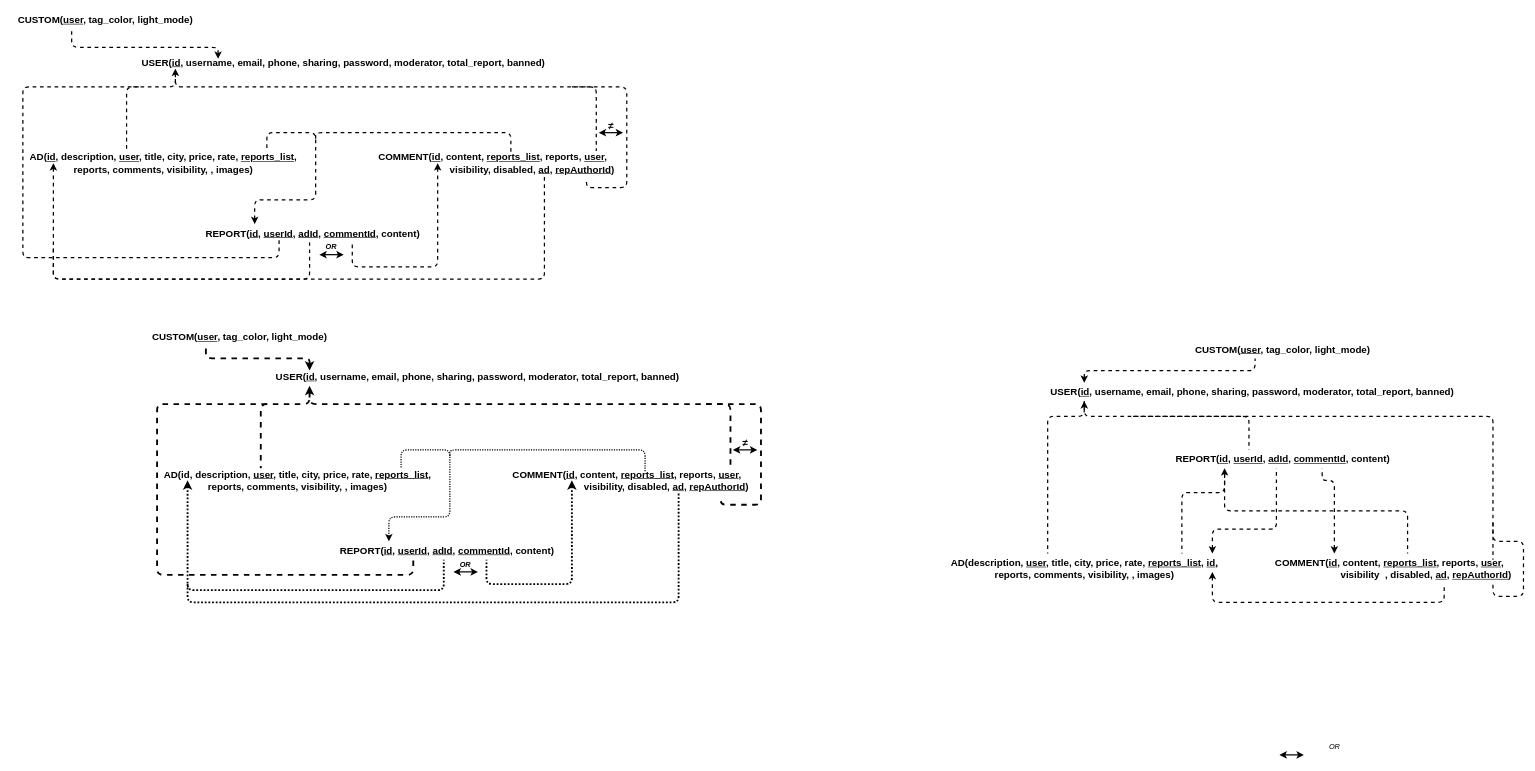
Before: page "Relationnel" (2 of 2) of other/schemas/schemas.drawio in GaecKo/LocaWeb, a draw.io diagram. Source tidied: cells renumbered, new cells numbered last; positions are measured from the earlier drawing's top-left corner, leaving out a move shared by most shapes. Both pictures are drawn from the tidied source at 61%, with x=0, y=0 at pixel (10, 10).
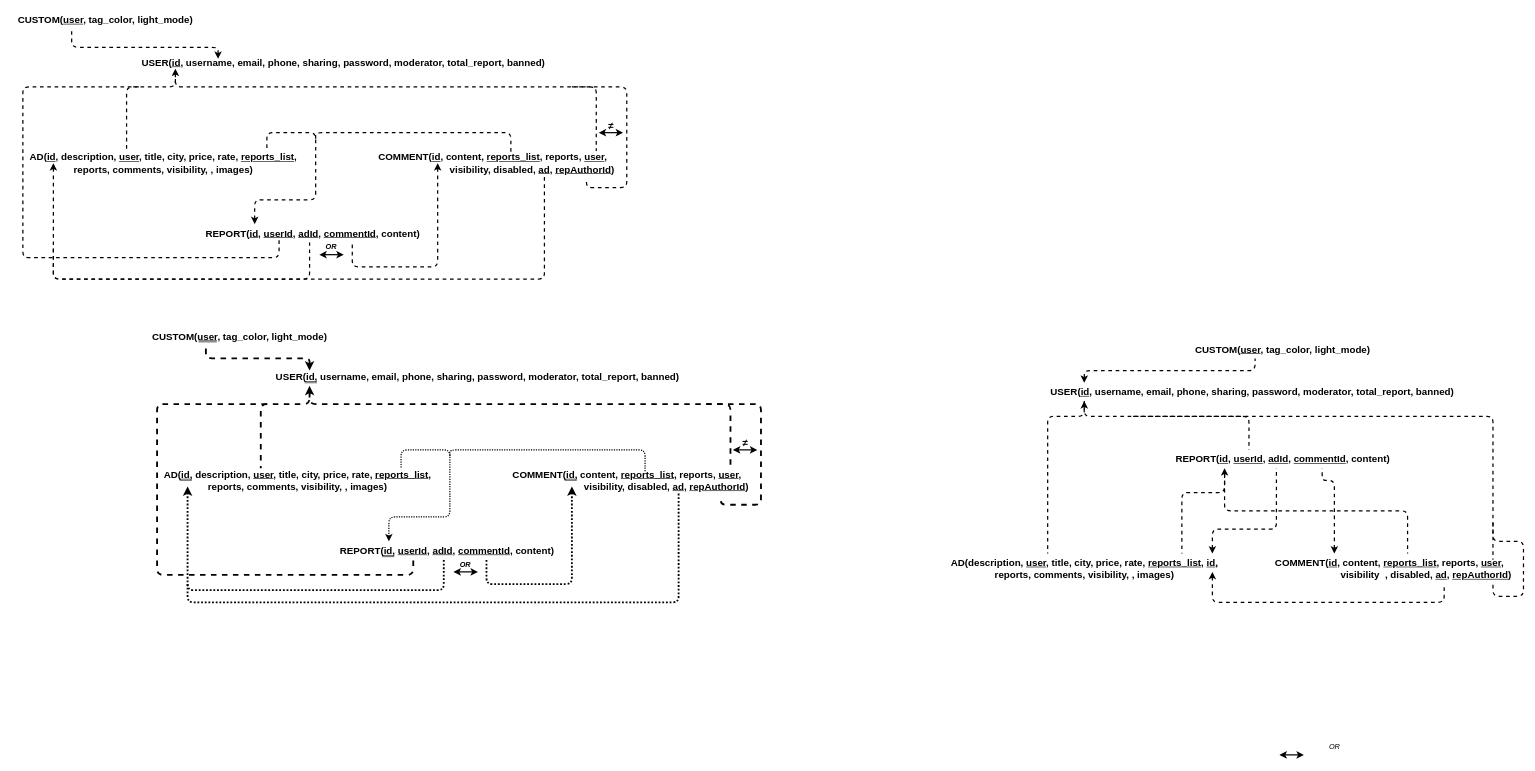
The same page after the edit.

Commit message:
I think it's finished :)))

Diff of the diagram source:
```diff
@@
-    <mxCell id="39" value="&lt;font style=&quot;font-size: 16px;&quot;&gt;&lt;b&gt;USER(&lt;u&gt;id&lt;/u&gt;, username, email, phone, sharing, password, moderator, total_report, banned)&lt;br&gt;&lt;/b&gt;&lt;/font&gt;" style="text;html=1;align=center;verticalAlign=middle;strokeColor=none;fillColor=none;" parent="1" vertex="1">
-      <mxGeometry x="420" y="585" width="690" height="30" as="geometry" />
+    <mxCell id="39" value="&lt;font style=&quot;font-size: 16px;&quot;&gt;&lt;b&gt;USER(id, username, email, phone, sharing, password, moderator, total_report, banned)&lt;br&gt;&lt;/b&gt;&lt;/font&gt;" style="text;html=1;align=center;verticalAlign=middle;strokeColor=none;fillColor=none;" parent="1" vertex="1">
+      <mxGeometry x="425" y="585" width="680" height="30" as="geometry" />
     </mxCell>
-    <mxCell id="40" value="&lt;font style=&quot;font-size: 16px;&quot;&gt;&lt;b&gt;CUSTOM(&lt;u&gt;user&lt;/u&gt;, tag_color, light_mode)&lt;/b&gt;&lt;/font&gt;" style="text;html=1;align=center;verticalAlign=middle;strokeColor=none;fillColor=none;" parent="1" vertex="1">
+    <mxCell id="40" value="&lt;font style=&quot;font-size: 16px;&quot;&gt;&lt;b&gt;CUSTOM(user, tag_color, light_mode)&lt;/b&gt;&lt;/font&gt;" style="text;html=1;align=center;verticalAlign=middle;strokeColor=none;fillColor=none;" parent="1" vertex="1">
       <mxGeometry x="220" y="520" width="310" height="30" as="geometry" />
     </mxCell>
@@
-    <mxCell id="42" value="&lt;font style=&quot;font-size: 16px;&quot;&gt;&lt;b&gt;REPORT(&lt;u&gt;id&lt;/u&gt;, &lt;u&gt;userId&lt;/u&gt;, &lt;u&gt;adId&lt;/u&gt;,&lt;/b&gt;&lt;b&gt; &lt;u&gt;commentId&lt;/u&gt;,&lt;/b&gt;&lt;b&gt; content)&lt;/b&gt;&lt;/font&gt;" style="text;html=1;align=center;verticalAlign=middle;strokeColor=none;fillColor=none;" parent="1" vertex="1">
+    <mxCell id="42" value="&lt;font style=&quot;font-size: 16px;&quot;&gt;&lt;b&gt;REPORT(id, &lt;u&gt;userId&lt;/u&gt;, &lt;u&gt;adId&lt;/u&gt;,&lt;/b&gt;&lt;b&gt; &lt;u&gt;commentId&lt;/u&gt;,&lt;/b&gt;&lt;b&gt; content)&lt;/b&gt;&lt;/font&gt;" style="text;html=1;align=center;verticalAlign=middle;strokeColor=none;fillColor=none;" parent="1" vertex="1">
       <mxGeometry x="530" y="870" width="370" height="30" as="geometry" />
     </mxCell>
-    <mxCell id="43" value="&lt;div style=&quot;font-size: 16px;&quot;&gt;&lt;font style=&quot;font-size: 16px;&quot;&gt;&lt;b&gt;COMMENT(&lt;u&gt;id&lt;/u&gt;, content, &lt;u&gt;reports_list&lt;/u&gt;, reports, &lt;u&gt;user&lt;/u&gt;, &lt;br&gt;&lt;/b&gt;&lt;/font&gt;&lt;/div&gt;&lt;div style=&quot;font-size: 16px;&quot;&gt;&lt;font style=&quot;font-size: 16px;&quot;&gt;&lt;b&gt;&amp;nbsp;&amp;nbsp;&amp;nbsp;&amp;nbsp;&amp;nbsp;&amp;nbsp;&amp;nbsp;&amp;nbsp;&amp;nbsp;&amp;nbsp;&amp;nbsp;&amp;nbsp;&amp;nbsp;&amp;nbsp;&amp;nbsp;&amp;nbsp;&amp;nbsp;&amp;nbsp;&amp;nbsp;&amp;nbsp;&amp;nbsp;&amp;nbsp;&amp;nbsp;&amp;nbsp;&amp;nbsp;&amp;nbsp;&amp;nbsp;&amp;nbsp; visibility, disabled, &lt;u&gt;ad&lt;/u&gt;, &lt;u&gt;repAuthorId&lt;/u&gt;)&lt;/b&gt;&lt;/font&gt;&lt;/div&gt;" style="text;html=1;align=center;verticalAlign=middle;strokeColor=none;fillColor=none;" parent="1" vertex="1">
+    <mxCell id="43" value="&lt;div style=&quot;font-size: 16px;&quot;&gt;&lt;font style=&quot;font-size: 16px;&quot;&gt;&lt;b&gt;COMMENT(id, content, &lt;u&gt;reports_list&lt;/u&gt;, reports, &lt;u&gt;user&lt;/u&gt;, &lt;br&gt;&lt;/b&gt;&lt;/font&gt;&lt;/div&gt;&lt;div style=&quot;font-size: 16px;&quot;&gt;&lt;font style=&quot;font-size: 16px;&quot;&gt;&lt;b&gt;&amp;nbsp;&amp;nbsp;&amp;nbsp;&amp;nbsp;&amp;nbsp;&amp;nbsp;&amp;nbsp;&amp;nbsp;&amp;nbsp;&amp;nbsp;&amp;nbsp;&amp;nbsp;&amp;nbsp;&amp;nbsp;&amp;nbsp;&amp;nbsp;&amp;nbsp;&amp;nbsp;&amp;nbsp;&amp;nbsp;&amp;nbsp;&amp;nbsp;&amp;nbsp;&amp;nbsp;&amp;nbsp;&amp;nbsp;&amp;nbsp;&amp;nbsp; visibility, disabled, &lt;u&gt;ad&lt;/u&gt;, &lt;u&gt;repAuthorId&lt;/u&gt;)&lt;/b&gt;&lt;/font&gt;&lt;/div&gt;" style="text;html=1;align=center;verticalAlign=middle;strokeColor=none;fillColor=none;" parent="1" vertex="1">
       <mxGeometry x="800" y="745" width="420" height="50" as="geometry" />
     </mxCell>
@@
     <mxCell id="49" style="edgeStyle=orthogonalEdgeStyle;rounded=1;orthogonalLoop=1;jettySize=auto;html=1;strokeWidth=3;endArrow=none;endFill=0;startArrow=classic;startFill=1;dashed=1;dashPattern=1 1;" parent="1" edge="1">
       <mxGeometry relative="1" as="geometry">
-        <mxPoint x="290" y="770" as="sourcePoint" />
+        <mxPoint x="290" y="780" as="sourcePoint" />
         <mxPoint x="710" y="900" as="targetPoint" />
         <Array as="points">
           <mxPoint x="290" y="950" />
           <mxPoint x="710" y="950" />
         </Array>
       </mxGeometry>
     </mxCell>
     <mxCell id="50" style="edgeStyle=orthogonalEdgeStyle;rounded=1;orthogonalLoop=1;jettySize=auto;html=1;strokeWidth=3;endArrow=none;endFill=0;startArrow=classic;startFill=1;dashed=1;dashPattern=1 1;" parent="1" edge="1">
       <mxGeometry relative="1" as="geometry">
-        <mxPoint x="920" y="770" as="sourcePoint" />
+        <mxPoint x="920" y="780" as="sourcePoint" />
         <mxPoint x="780" y="900" as="targetPoint" />
         <Array as="points">
           <mxPoint x="920" y="940" />
           <mxPoint x="780" y="940" />
         </Array>
       </mxGeometry>
     </mxCell>
@@
+    <mxCell id="57" style="shape=link;html=1;rounded=0;strokeWidth=1;fontSize=12;startFill=1;endArrow=none;endFill=0;width=2;" parent="1" edge="1">
+      <mxGeometry relative="1" as="geometry">
+        <mxPoint x="277" y="768.9" as="sourcePoint" />
+        <mxPoint x="297" y="768.9" as="targetPoint" />
+      </mxGeometry>
+    </mxCell>
+    <mxCell id="58" style="shape=link;html=1;rounded=0;strokeWidth=1;fontSize=12;startFill=1;endArrow=none;endFill=0;width=2;" parent="1" edge="1">
+      <mxGeometry relative="1" as="geometry">
+        <mxPoint x="609" y="894" as="sourcePoint" />
+        <mxPoint x="629" y="894" as="targetPoint" />
+      </mxGeometry>
+    </mxCell>
+    <mxCell id="59" style="shape=link;html=1;rounded=0;strokeWidth=1;fontSize=12;startFill=1;endArrow=none;endFill=0;width=2;" parent="1" edge="1">
+      <mxGeometry relative="1" as="geometry">
+        <mxPoint x="908" y="768.9" as="sourcePoint" />
+        <mxPoint x="928" y="768.9" as="targetPoint" />
+      </mxGeometry>
+    </mxCell>
+    <mxCell id="60" style="shape=link;html=1;rounded=0;strokeWidth=1;fontSize=12;startFill=1;endArrow=none;endFill=0;width=2;" parent="1" edge="1">
+      <mxGeometry relative="1" as="geometry">
+        <mxPoint x="482" y="609" as="sourcePoint" />
+        <mxPoint x="502" y="609" as="targetPoint" />
+      </mxGeometry>
+    </mxCell>
+    <mxCell id="61" style="shape=link;html=1;rounded=0;strokeWidth=1;fontSize=12;startFill=1;endArrow=none;endFill=0;width=2;" parent="1" edge="1">
+      <mxGeometry relative="1" as="geometry">
+        <mxPoint x="308" y="542" as="sourcePoint" />
+        <mxPoint x="338" y="542" as="targetPoint" />
+      </mxGeometry>
+    </mxCell>
```
